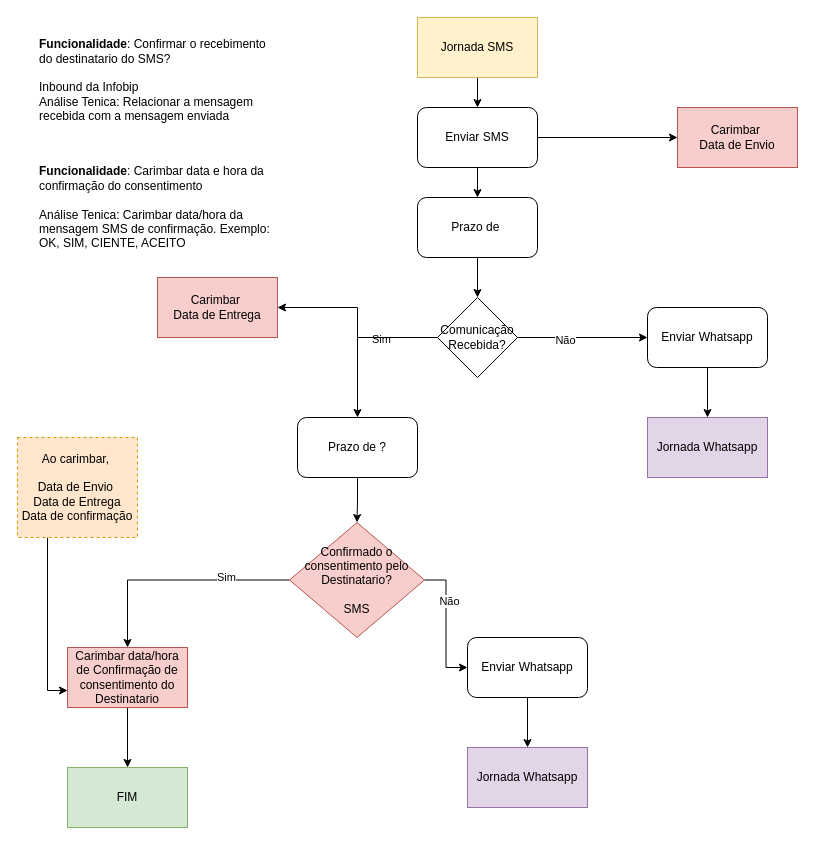
Earlier version of the draw.io diagram page "Desenho Jornada SMS" (5 of 8) of Diagrama Carimbo.drawio (caio-bueno/draws-valid). Source tidied: cells renumbered, new cells numbered last; positions are measured from the earlier drawing's top-left corner, leaving out a move shared by most shapes. Both pictures are drawn from the tidied source at 100%, with x=0, y=0 at pixel (17, 17).
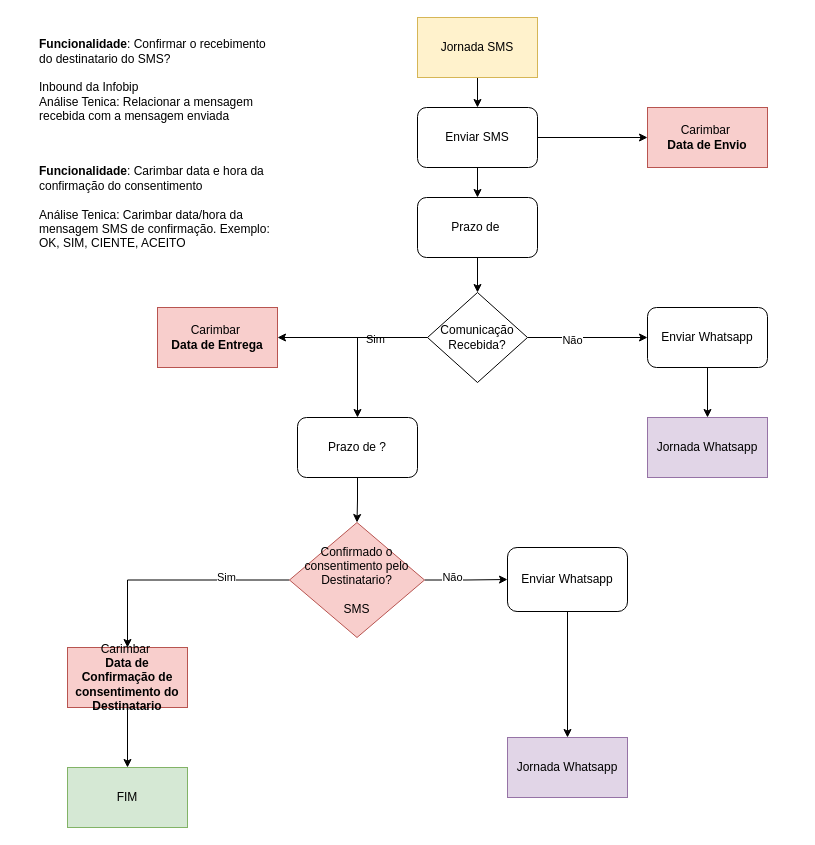
The same diagram, later.

Change to the diagram source:
```diff
@@
     <mxCell id="13" value="Comunicação Recebida?" style="rhombus;whiteSpace=wrap;html=1;" parent="1" vertex="1">
-      <mxGeometry x="420" y="280" width="80" height="80" as="geometry" />
+      <mxGeometry x="410" y="275" width="100" height="90" as="geometry" />
     </mxCell>
@@
     <mxCell id="24" value="Enviar Whatsapp" style="rounded=1;whiteSpace=wrap;html=1;" parent="1" vertex="1">
-      <mxGeometry x="450" y="620" width="120" height="60" as="geometry" />
+      <mxGeometry x="490" y="530" width="120" height="64" as="geometry" />
     </mxCell>
@@
     <mxCell id="26" value="Jornada Whatsapp" style="rounded=0;whiteSpace=wrap;html=1;fillColor=#e1d5e7;strokeColor=#9673a6;" parent="1" vertex="1">
-      <mxGeometry x="450" y="730" width="120" height="60" as="geometry" />
+      <mxGeometry x="490" y="720" width="120" height="60" as="geometry" />
     </mxCell>
@@
-    <mxCell id="28" value="Carimbar data/hora de Confirmação de consentimento do Destinatario" style="rounded=0;whiteSpace=wrap;html=1;fillColor=#f8cecc;strokeColor=#b85450;" parent="1" vertex="1">
+    <mxCell id="28" value="Carimbar&amp;nbsp;&lt;div&gt;&lt;b&gt;Data de Confirmação de consentimento do Destinatario&lt;/b&gt;&lt;/div&gt;" style="rounded=0;whiteSpace=wrap;html=1;fillColor=#f8cecc;strokeColor=#b85450;" parent="1" vertex="1">
       <mxGeometry x="50" y="630" width="120" height="60" as="geometry" />
     </mxCell>
@@
-    <mxCell id="30" style="edgeStyle=orthogonalEdgeStyle;rounded=0;jettySize=auto;html=1;" parent="1" edge="1" source="31" target="28">
-      <mxGeometry relative="1" as="geometry">
-        <Array as="points">
-          <mxPoint x="30" y="673" />
-        </Array>
-      </mxGeometry>
-    </mxCell>
-    <mxCell id="31" value="Ao carimbar,&amp;nbsp;&lt;div&gt;&lt;br&gt;&lt;/div&gt;&lt;div&gt;Data de Envio&amp;nbsp;&lt;/div&gt;&lt;div&gt;Data de Entrega&lt;/div&gt;&lt;div&gt;Data de confirmação&lt;/div&gt;" style="rounded=0;whiteSpace=wrap;html=1;fillColor=#ffe6cc;strokeColor=#d79b00;dashed=1;" parent="1" vertex="1">
-      <mxGeometry y="420" width="120" height="100" as="geometry" />
-    </mxCell>
@@
-    <mxCell id="34" value="Carimbar&amp;nbsp;&lt;div&gt;Data de Envio&lt;/div&gt;" style="rounded=0;whiteSpace=wrap;html=1;fillColor=#f8cecc;strokeColor=#b85450;" parent="1" vertex="1">
-      <mxGeometry x="660" y="90" width="120" height="60" as="geometry" />
+    <mxCell id="34" value="Carimbar&amp;nbsp;&lt;div&gt;&lt;b&gt;Data de Envio&lt;/b&gt;&lt;/div&gt;" style="rounded=0;whiteSpace=wrap;html=1;fillColor=#f8cecc;strokeColor=#b85450;" parent="1" vertex="1">
+      <mxGeometry x="630" y="90" width="120" height="60" as="geometry" />
     </mxCell>
@@
-    <mxCell id="36" value="Carimbar&amp;nbsp;&lt;div&gt;Data de Entrega&lt;/div&gt;" style="rounded=0;whiteSpace=wrap;html=1;fillColor=#f8cecc;strokeColor=#b85450;" parent="1" vertex="1">
-      <mxGeometry x="140" y="260" width="120" height="60" as="geometry" />
+    <mxCell id="36" value="Carimbar&amp;nbsp;&lt;div&gt;&lt;b&gt;Data de Entrega&lt;/b&gt;&lt;/div&gt;" style="rounded=0;whiteSpace=wrap;html=1;fillColor=#f8cecc;strokeColor=#b85450;" parent="1" vertex="1">
+      <mxGeometry x="140" y="290" width="120" height="60" as="geometry" />
     </mxCell>
```
